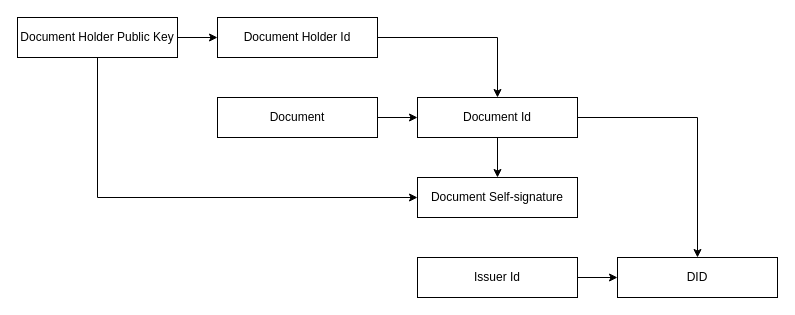
This is page "DID Model" (6 of 6) of docs/MetaID Wallet.drawio from owlmeans/regov-ssi-mono, a draw.io file, before an edit. Source tidied: cells renumbered, new cells numbered last; positions are measured from the earlier drawing's top-left corner, leaving out a move shared by most shapes. Both pictures are drawn from the tidied source at 100%, with x=0, y=0 at pixel (17, 17).
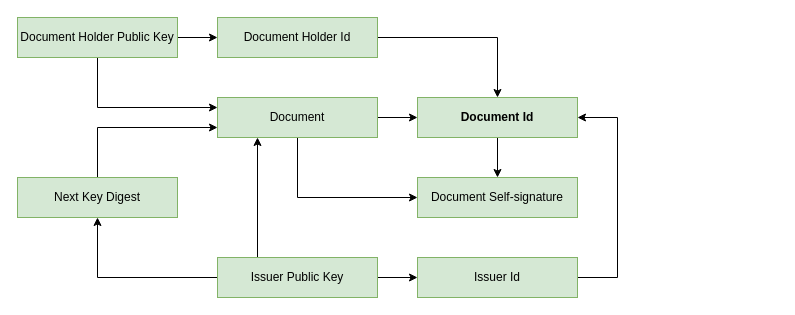
The same page after the edit.

Change to the diagram source:
```diff
@@
-    <mxCell id="2" style="edgeStyle=orthogonalEdgeStyle;rounded=0;jettySize=auto;html=1;exitX=1;exitY=0.5;exitDx=0;exitDy=0;entryX=0.5;entryY=0;entryDx=0;entryDy=0;" parent="1" edge="1" source="4" target="14">
-      <mxGeometry relative="1" as="geometry" />
-    </mxCell>
@@
-    <mxCell id="4" value="Document Id" style="rounded=0;whiteSpace=wrap;html=1;" parent="1" vertex="1">
+    <mxCell id="4" value="Document Id" style="rounded=0;whiteSpace=wrap;html=1;fillColor=#d5e8d4;strokeColor=#82b366;fontStyle=1;" parent="1" vertex="1">
       <mxGeometry x="400" y="80" width="160" height="40" as="geometry" />
     </mxCell>
@@
+    <mxCell id="16" style="edgeStyle=orthogonalEdgeStyle;rounded=0;jettySize=auto;html=1;exitX=0.5;exitY=1;exitDx=0;exitDy=0;entryX=0;entryY=0.5;entryDx=0;entryDy=0;" parent="1" edge="1" source="6" target="15">
+      <mxGeometry relative="1" as="geometry" />
+    </mxCell>
-    <mxCell id="6" value="Document" style="rounded=0;whiteSpace=wrap;html=1;" parent="1" vertex="1">
+    <mxCell id="6" value="Document" style="rounded=0;whiteSpace=wrap;html=1;fillColor=#d5e8d4;strokeColor=#82b366;" parent="1" vertex="1">
       <mxGeometry x="200" y="80" width="160" height="40" as="geometry" />
     </mxCell>
@@
-    <mxCell id="8" value="Document Holder Id" style="rounded=0;whiteSpace=wrap;html=1;" parent="1" vertex="1">
+    <mxCell id="8" value="Document Holder Id" style="rounded=0;whiteSpace=wrap;html=1;fillColor=#d5e8d4;strokeColor=#82b366;" parent="1" vertex="1">
       <mxGeometry x="200" width="160" height="40" as="geometry" />
     </mxCell>
@@
-    <mxCell id="10" style="edgeStyle=orthogonalEdgeStyle;rounded=0;jettySize=auto;html=1;exitX=0.5;exitY=1;exitDx=0;exitDy=0;entryX=0;entryY=0.5;entryDx=0;entryDy=0;" parent="1" edge="1" source="11" target="15">
+    <mxCell id="10" style="edgeStyle=orthogonalEdgeStyle;rounded=0;jettySize=auto;html=1;exitX=0.5;exitY=1;exitDx=0;exitDy=0;entryX=0;entryY=0.25;entryDx=0;entryDy=0;" parent="1" edge="1" source="11" target="6">
       <mxGeometry relative="1" as="geometry" />
     </mxCell>
-    <mxCell id="11" value="Document Holder Public Key" style="rounded=0;whiteSpace=wrap;html=1;" parent="1" vertex="1">
+    <mxCell id="11" value="Document Holder Public Key" style="rounded=0;whiteSpace=wrap;html=1;fillColor=#d5e8d4;strokeColor=#82b366;" parent="1" vertex="1">
       <mxGeometry width="160" height="40" as="geometry" />
     </mxCell>
-    <mxCell id="12" style="edgeStyle=orthogonalEdgeStyle;rounded=0;jettySize=auto;html=1;exitX=1;exitY=0.5;exitDx=0;exitDy=0;" parent="1" edge="1" source="13" target="14">
-      <mxGeometry relative="1" as="geometry" />
+    <mxCell id="12" style="edgeStyle=orthogonalEdgeStyle;rounded=0;jettySize=auto;html=1;exitX=1;exitY=0.5;exitDx=0;exitDy=0;entryX=1;entryY=0.5;entryDx=0;entryDy=0;" parent="1" edge="1" source="13" target="4">
+      <mxGeometry relative="1" as="geometry">
+        <Array as="points">
+          <mxPoint x="600" y="260" />
+          <mxPoint x="600" y="100" />
+        </Array>
+      </mxGeometry>
     </mxCell>
-    <mxCell id="13" value="Issuer Id" style="rounded=0;whiteSpace=wrap;html=1;" parent="1" vertex="1">
+    <mxCell id="13" value="Issuer Id" style="rounded=0;whiteSpace=wrap;html=1;fillColor=#d5e8d4;strokeColor=#82b366;" parent="1" vertex="1">
       <mxGeometry x="400" y="240" width="160" height="40" as="geometry" />
     </mxCell>
-    <mxCell id="14" value="DID" style="rounded=0;whiteSpace=wrap;html=1;" parent="1" vertex="1">
-      <mxGeometry x="600" y="240" width="160" height="40" as="geometry" />
-    </mxCell>
-    <mxCell id="15" value="Document Self-signature" style="rounded=0;whiteSpace=wrap;html=1;" parent="1" vertex="1">
+    <mxCell id="15" value="Document Self-signature" style="rounded=0;whiteSpace=wrap;html=1;fillColor=#d5e8d4;strokeColor=#82b366;" parent="1" vertex="1">
       <mxGeometry x="400" y="160" width="160" height="40" as="geometry" />
     </mxCell>
+    <mxCell id="17" style="edgeStyle=orthogonalEdgeStyle;rounded=0;jettySize=auto;html=1;exitX=1;exitY=0.5;exitDx=0;exitDy=0;entryX=0;entryY=0.5;entryDx=0;entryDy=0;" parent="1" edge="1" source="20" target="13">
+      <mxGeometry relative="1" as="geometry" />
+    </mxCell>
+    <mxCell id="18" style="edgeStyle=orthogonalEdgeStyle;rounded=0;jettySize=auto;html=1;exitX=0.25;exitY=0;exitDx=0;exitDy=0;entryX=0.25;entryY=1;entryDx=0;entryDy=0;" parent="1" edge="1" source="20" target="6">
+      <mxGeometry relative="1" as="geometry" />
+    </mxCell>
+    <mxCell id="19" style="edgeStyle=orthogonalEdgeStyle;rounded=0;jettySize=auto;html=1;exitX=0;exitY=0.5;exitDx=0;exitDy=0;entryX=0.5;entryY=1;entryDx=0;entryDy=0;" parent="1" edge="1" source="20" target="22">
+      <mxGeometry relative="1" as="geometry" />
+    </mxCell>
+    <mxCell id="20" value="Issuer Public Key" style="rounded=0;whiteSpace=wrap;html=1;fillColor=#d5e8d4;strokeColor=#82b366;" parent="1" vertex="1">
+      <mxGeometry x="200" y="240" width="160" height="40" as="geometry" />
+    </mxCell>
+    <mxCell id="21" style="edgeStyle=orthogonalEdgeStyle;rounded=0;jettySize=auto;html=1;exitX=0.5;exitY=0;exitDx=0;exitDy=0;entryX=0;entryY=0.75;entryDx=0;entryDy=0;" parent="1" edge="1" source="22" target="6">
+      <mxGeometry relative="1" as="geometry" />
+    </mxCell>
+    <mxCell id="22" value="Next Key Digest" style="rounded=0;whiteSpace=wrap;html=1;fillColor=#d5e8d4;strokeColor=#82b366;" parent="1" vertex="1">
+      <mxGeometry y="160" width="160" height="40" as="geometry" />
+    </mxCell>
```
